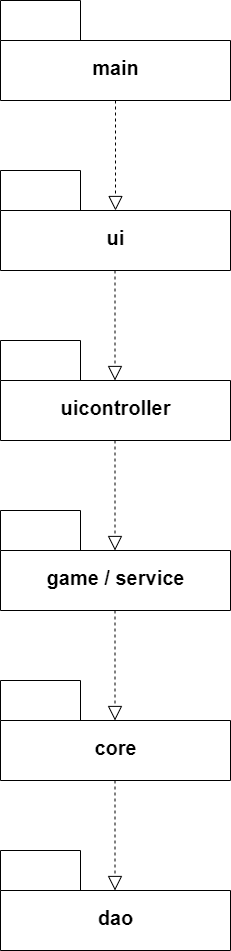
The draw.io diagram Images/pakkauskaavio.png in tsa-dom/ot-harjoitustyo, before a commit. Source tidied: cells renumbered, new cells last; positions are measured from the earlier drawing's top-left corner, leaving out a move shared by most shapes.
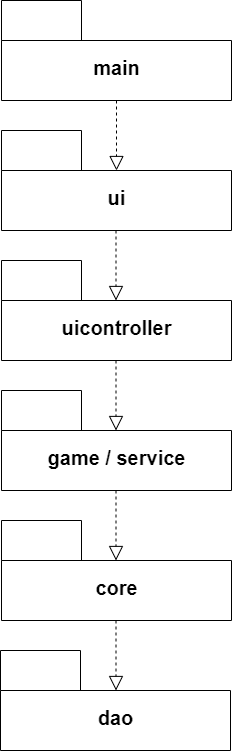
After the commit.

Diff of the diagram source:
```diff
@@ -6,46 +6,46 @@
       <mxGeometry width="230" height="100" as="geometry" />
     </mxCell>
     <mxCell id="3" value="&lt;font style=&quot;font-size: 20px&quot;&gt;&lt;br&gt;ui&lt;/font&gt;" style="shape=folder;fontStyle=1;spacingTop=10;tabWidth=80;tabHeight=40;tabPosition=left;html=1;align=center;" parent="1" vertex="1">
-      <mxGeometry y="170" width="230" height="100" as="geometry" />
+      <mxGeometry y="130" width="230" height="100" as="geometry" />
     </mxCell>
     <mxCell id="4" value="&lt;font style=&quot;font-size: 20px&quot;&gt;&lt;br&gt;uicontroller&lt;br&gt;&lt;/font&gt;" style="shape=folder;fontStyle=1;spacingTop=10;tabWidth=80;tabHeight=40;tabPosition=left;html=1;align=center;" parent="1" vertex="1">
-      <mxGeometry y="340" width="230" height="100" as="geometry" />
+      <mxGeometry y="260" width="230" height="100" as="geometry" />
     </mxCell>
     <mxCell id="5" value="&lt;font style=&quot;font-size: 20px&quot;&gt;&lt;br&gt;game / service&lt;br&gt;&lt;/font&gt;" style="shape=folder;fontStyle=1;spacingTop=10;tabWidth=80;tabHeight=40;tabPosition=left;html=1;align=center;" parent="1" vertex="1">
-      <mxGeometry y="510" width="230" height="100" as="geometry" />
+      <mxGeometry y="390" width="230" height="100" as="geometry" />
     </mxCell>
     <mxCell id="6" value="&lt;font style=&quot;font-size: 20px&quot;&gt;&lt;br&gt;core&lt;br&gt;&lt;/font&gt;" style="shape=folder;fontStyle=1;spacingTop=10;tabWidth=80;tabHeight=40;tabPosition=left;html=1;align=center;" parent="1" vertex="1">
-      <mxGeometry y="680" width="230" height="100" as="geometry" />
+      <mxGeometry y="520" width="230" height="100" as="geometry" />
     </mxCell>
     <mxCell id="7" value="&lt;font style=&quot;font-size: 20px&quot;&gt;&lt;br&gt;dao&lt;br&gt;&lt;/font&gt;" style="shape=folder;fontStyle=1;spacingTop=10;tabWidth=80;tabHeight=40;tabPosition=left;html=1;align=center;" parent="1" vertex="1">
-      <mxGeometry y="850" width="230" height="100" as="geometry" />
+      <mxGeometry x="-1" y="650" width="230" height="100" as="geometry" />
     </mxCell>
     <mxCell id="8" style="endArrow=block;dashed=1;endFill=0;endSize=12;html=1;exitX=0.5;exitY=1;exitDx=0;exitDy=0;exitPerimeter=0;entryX=0.5;entryY=0.4;entryDx=0;entryDy=0;entryPerimeter=0;" parent="1" edge="1" source="2" target="3">
       <mxGeometry relative="1" as="geometry" />
     </mxCell>
-    <mxCell id="9" style="endArrow=block;dashed=1;endFill=0;endSize=12;html=1;exitX=0.5;exitY=1;exitDx=0;exitDy=0;exitPerimeter=0;entryX=0.5;entryY=0.4;entryDx=0;entryDy=0;entryPerimeter=0;" parent="1" edge="1">
-      <mxGeometry relative="1" as="geometry">
-        <mxPoint x="114.5" y="270" as="sourcePoint" />
-        <mxPoint x="114.5" y="380" as="targetPoint" />
-      </mxGeometry>
-    </mxCell>
-    <mxCell id="10" style="endArrow=block;dashed=1;endFill=0;endSize=12;html=1;exitX=0.5;exitY=1;exitDx=0;exitDy=0;exitPerimeter=0;entryX=0.5;entryY=0.4;entryDx=0;entryDy=0;entryPerimeter=0;" parent="1" edge="1">
-      <mxGeometry relative="1" as="geometry">
-        <mxPoint x="114.5" y="440" as="sourcePoint" />
-        <mxPoint x="114.5" y="550" as="targetPoint" />
-      </mxGeometry>
-    </mxCell>
-    <mxCell id="11" style="endArrow=block;dashed=1;endFill=0;endSize=12;html=1;exitX=0.5;exitY=1;exitDx=0;exitDy=0;exitPerimeter=0;entryX=0.5;entryY=0.4;entryDx=0;entryDy=0;entryPerimeter=0;" parent="1" edge="1">
-      <mxGeometry relative="1" as="geometry">
-        <mxPoint x="114.5" y="610" as="sourcePoint" />
-        <mxPoint x="114.5" y="720" as="targetPoint" />
-      </mxGeometry>
-    </mxCell>
-    <mxCell id="12" style="endArrow=block;dashed=1;endFill=0;endSize=12;html=1;exitX=0.5;exitY=1;exitDx=0;exitDy=0;exitPerimeter=0;entryX=0.5;entryY=0.4;entryDx=0;entryDy=0;entryPerimeter=0;" parent="1" edge="1">
-      <mxGeometry relative="1" as="geometry">
-        <mxPoint x="114.5" y="780" as="sourcePoint" />
-        <mxPoint x="114.5" y="890" as="targetPoint" />
-      </mxGeometry>
-    </mxCell>
+    <mxCell id="13" style="endArrow=block;dashed=1;endFill=0;endSize=12;html=1;exitX=0.5;exitY=1;exitDx=0;exitDy=0;exitPerimeter=0;entryX=0.5;entryY=0.4;entryDx=0;entryDy=0;entryPerimeter=0;" parent="1" edge="1">
+      <mxGeometry relative="1" as="geometry">
+        <mxPoint x="114.5" y="230" as="sourcePoint" />
+        <mxPoint x="114.5" y="300" as="targetPoint" />
+      </mxGeometry>
+    </mxCell>
+    <mxCell id="14" style="endArrow=block;dashed=1;endFill=0;endSize=12;html=1;exitX=0.5;exitY=1;exitDx=0;exitDy=0;exitPerimeter=0;entryX=0.5;entryY=0.4;entryDx=0;entryDy=0;entryPerimeter=0;" parent="1" edge="1">
+      <mxGeometry relative="1" as="geometry">
+        <mxPoint x="114.5" y="360" as="sourcePoint" />
+        <mxPoint x="114.5" y="430" as="targetPoint" />
+      </mxGeometry>
+    </mxCell>
+    <mxCell id="15" style="endArrow=block;dashed=1;endFill=0;endSize=12;html=1;exitX=0.5;exitY=1;exitDx=0;exitDy=0;exitPerimeter=0;entryX=0.5;entryY=0.4;entryDx=0;entryDy=0;entryPerimeter=0;" parent="1" edge="1">
+      <mxGeometry relative="1" as="geometry">
+        <mxPoint x="114.5" y="490" as="sourcePoint" />
+        <mxPoint x="114.5" y="560" as="targetPoint" />
+      </mxGeometry>
+    </mxCell>
+    <mxCell id="16" style="endArrow=block;dashed=1;endFill=0;endSize=12;html=1;exitX=0.5;exitY=1;exitDx=0;exitDy=0;exitPerimeter=0;entryX=0.5;entryY=0.4;entryDx=0;entryDy=0;entryPerimeter=0;" parent="1" edge="1">
+      <mxGeometry relative="1" as="geometry">
+        <mxPoint x="114.5" y="620" as="sourcePoint" />
+        <mxPoint x="114.5" y="690" as="targetPoint" />
+      </mxGeometry>
+    </mxCell>
   </root>
 </mxGraphModel>
```
